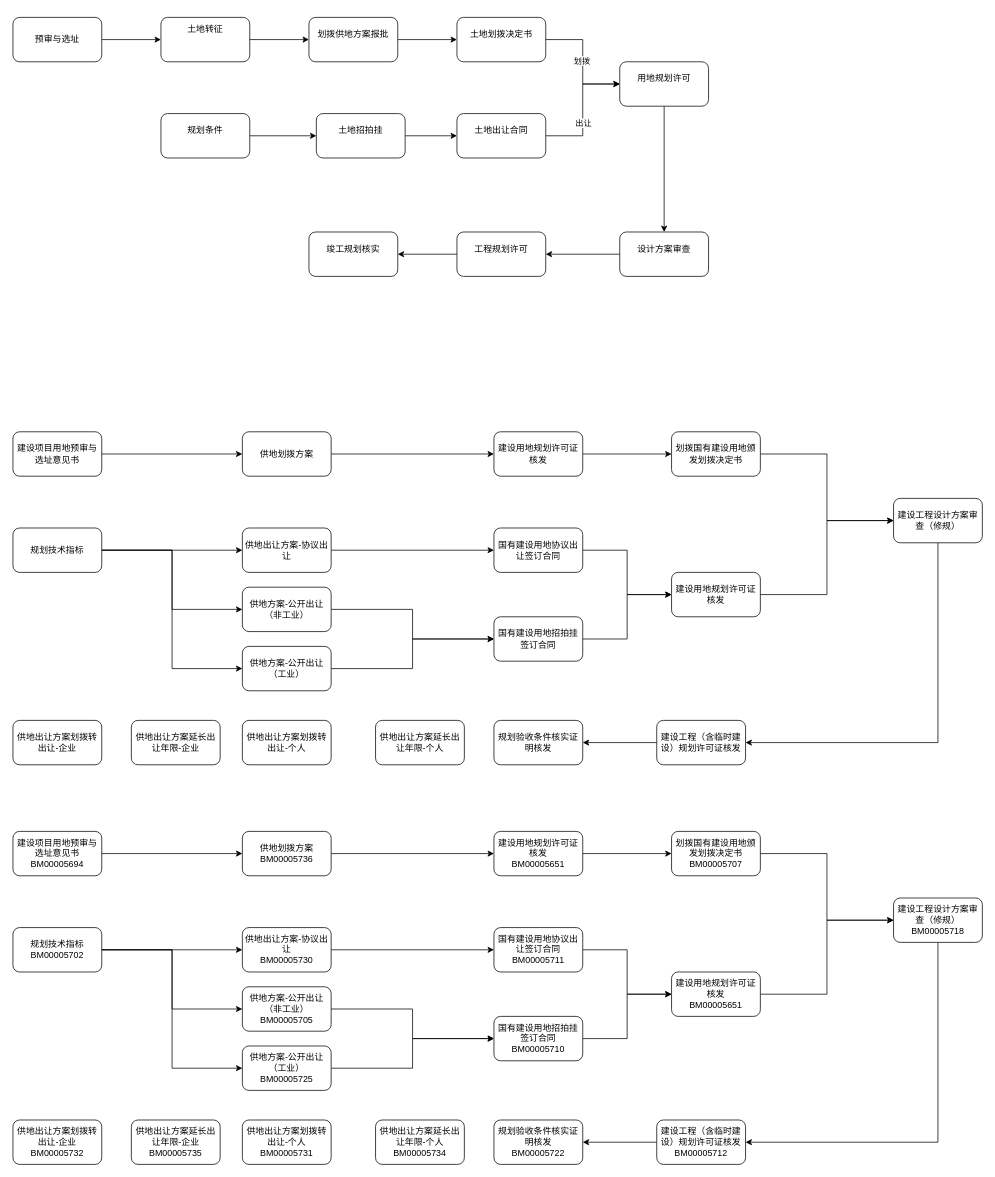
This is 流程.drawio from bom-coder/drawio-store, a draw.io file, before an edit. Source tidied: cells renumbered, new cells numbered last; positions are measured from the earlier drawing's top-left corner, leaving out a move shared by most shapes. Both pictures are drawn from the tidied source at 74%, with x=0, y=0 at pixel (13, 17).
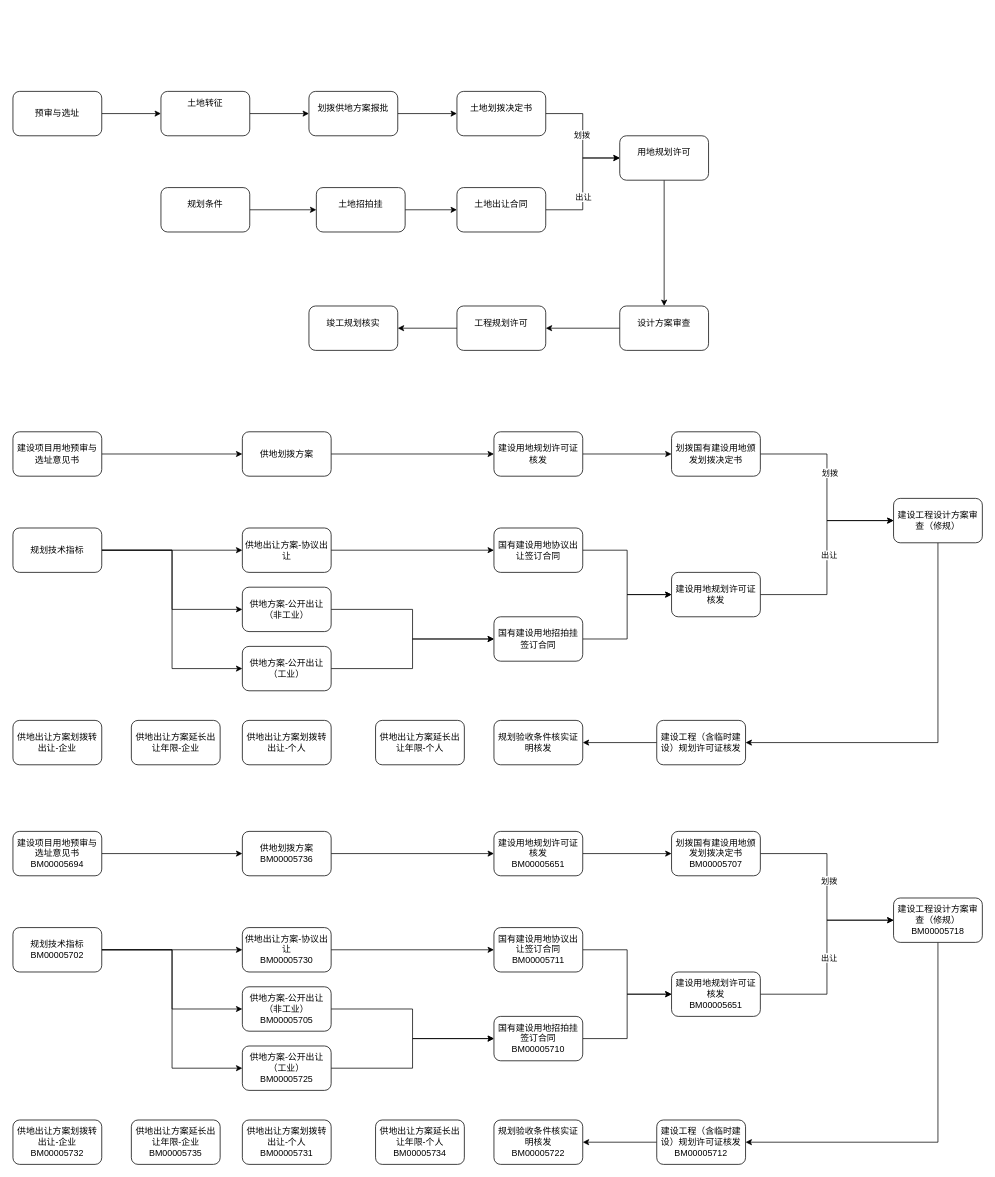
After the change.

Unchanged cells that the change refers to:
```xml
<mxCell id="54" style="edgeStyle=orthogonalEdgeStyle;rounded=0;jettySize=auto;html=1;entryX=0;entryY=0.5;entryDx=0;entryDy=0;" parent="1" edge="1" source="55" target="34">
  <mxGeometry relative="1" as="geometry" />
</mxCell>
<mxCell id="56" style="edgeStyle=orthogonalEdgeStyle;rounded=0;jettySize=auto;html=1;entryX=0;entryY=0.5;entryDx=0;entryDy=0;" parent="1" edge="1" source="57" target="34">
  <mxGeometry relative="1" as="geometry" />
</mxCell>
<mxCell id="87" style="edgeStyle=orthogonalEdgeStyle;rounded=0;jettySize=auto;html=1;entryX=0;entryY=0.5;entryDx=0;entryDy=0;" parent="1" edge="1" source="88" target="67">
  <mxGeometry relative="1" as="geometry" />
</mxCell>
<mxCell id="89" style="edgeStyle=orthogonalEdgeStyle;rounded=0;jettySize=auto;html=1;entryX=0;entryY=0.5;entryDx=0;entryDy=0;" parent="1" edge="1" source="90" target="67">
  <mxGeometry relative="1" as="geometry" />
</mxCell>
```

Change to the diagram source:
```diff
@@
     <mxCell id="3" value="预审与选址" style="rounded=1;whiteSpace=wrap;html=1;" parent="1" vertex="1">
-      <mxGeometry width="120" height="60" as="geometry" />
+      <mxGeometry y="100" width="120" height="60" as="geometry" />
     </mxCell>
@@
     <mxCell id="5" value="&#10;土地转征&#10;&#10;&#10;" style="rounded=1;whiteSpace=wrap;html=1;" parent="1" vertex="1">
-      <mxGeometry x="200" width="120" height="60" as="geometry" />
+      <mxGeometry x="200" y="100" width="120" height="60" as="geometry" />
     </mxCell>
@@
     <mxCell id="7" value="&#10;划拨供地方案报批&#10;&#10;" style="rounded=1;whiteSpace=wrap;html=1;" parent="1" vertex="1">
-      <mxGeometry x="400" width="120" height="60" as="geometry" />
+      <mxGeometry x="400" y="100" width="120" height="60" as="geometry" />
     </mxCell>
@@
     <mxCell id="10" value="&#10;土地划拨决定书&#10;&#10;" style="rounded=1;whiteSpace=wrap;html=1;" parent="1" vertex="1">
-      <mxGeometry x="600" width="120" height="60" as="geometry" />
+      <mxGeometry x="600" y="100" width="120" height="60" as="geometry" />
     </mxCell>
@@
     <mxCell id="12" value="&#10;规划条件&#10;&#10;" style="rounded=1;whiteSpace=wrap;html=1;" parent="1" vertex="1">
-      <mxGeometry x="200" y="130" width="120" height="60" as="geometry" />
+      <mxGeometry x="200" y="230" width="120" height="60" as="geometry" />
     </mxCell>
@@
     <mxCell id="14" value="&#10;土地招拍挂&#10;&#10;" style="rounded=1;whiteSpace=wrap;html=1;" parent="1" vertex="1">
-      <mxGeometry x="410" y="130" width="120" height="60" as="geometry" />
+      <mxGeometry x="410" y="230" width="120" height="60" as="geometry" />
     </mxCell>
@@
     <mxCell id="17" value="&#10;土地出让合同&#10;&#10;" style="rounded=1;whiteSpace=wrap;html=1;" parent="1" vertex="1">
-      <mxGeometry x="600" y="130" width="120" height="60" as="geometry" />
+      <mxGeometry x="600" y="230" width="120" height="60" as="geometry" />
     </mxCell>
@@
     <mxCell id="19" value="&#10;用地规划许可&#10;&#10;" style="rounded=1;whiteSpace=wrap;html=1;" parent="1" vertex="1">
-      <mxGeometry x="820" y="60" width="120" height="60" as="geometry" />
+      <mxGeometry x="820" y="160" width="120" height="60" as="geometry" />
     </mxCell>
@@
     <mxCell id="21" value="&#10;设计方案审查&#10;&#10;" style="rounded=1;whiteSpace=wrap;html=1;" parent="1" vertex="1">
-      <mxGeometry x="820" y="290" width="120" height="60" as="geometry" />
+      <mxGeometry x="820" y="390" width="120" height="60" as="geometry" />
     </mxCell>
@@
     <mxCell id="23" value="&#10;工程规划许可 &#10;&#10;" style="rounded=1;whiteSpace=wrap;html=1;" parent="1" vertex="1">
-      <mxGeometry x="600" y="290" width="120" height="60" as="geometry" />
+      <mxGeometry x="600" y="390" width="120" height="60" as="geometry" />
     </mxCell>
     <mxCell id="24" value="&#10;竣工规划核实&#10;&#10;" style="rounded=1;whiteSpace=wrap;html=1;" parent="1" vertex="1">
-      <mxGeometry x="400" y="290" width="120" height="60" as="geometry" />
+      <mxGeometry x="400" y="390" width="120" height="60" as="geometry" />
     </mxCell>
@@
+    <mxCell id="91" value="出让" style="edgeLabel;html=1;align=center;verticalAlign=middle;" parent="54" vertex="1">
+      <mxGeometry x="0.02" y="-2" relative="1" as="geometry">
+        <mxPoint y="-1" as="offset" />
+      </mxGeometry>
+    </mxCell>
@@
+    <mxCell id="92" value="划拨" style="edgeLabel;html=1;align=center;verticalAlign=middle;" parent="56" vertex="1">
+      <mxGeometry x="-0.15" y="3" relative="1" as="geometry" />
+    </mxCell>
@@
+    <mxCell id="93" value="出让" style="edgeLabel;html=1;align=center;verticalAlign=middle;" parent="87" vertex="1">
+      <mxGeometry x="-0.01" y="-2" relative="1" as="geometry">
+        <mxPoint y="-1" as="offset" />
+      </mxGeometry>
+    </mxCell>
@@
+    <mxCell id="94" value="划拨" style="edgeLabel;html=1;align=center;verticalAlign=middle;" parent="89" vertex="1">
+      <mxGeometry x="-0.07" y="2" relative="1" as="geometry" />
+    </mxCell>
```
